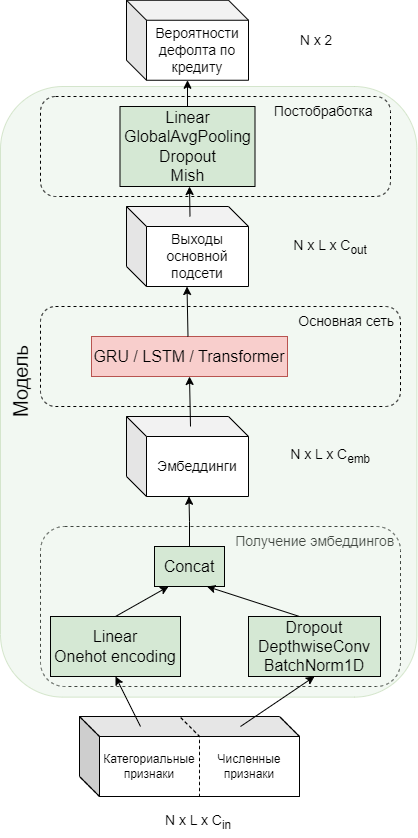
Above: diplom_graphs/molde.png in DenDiv/draw_io_graphs (draw.io), before the change. Source tidied: cells renumbered, new cells last; positions are measured from the earlier drawing's top-left corner, leaving out a move shared by most shapes.
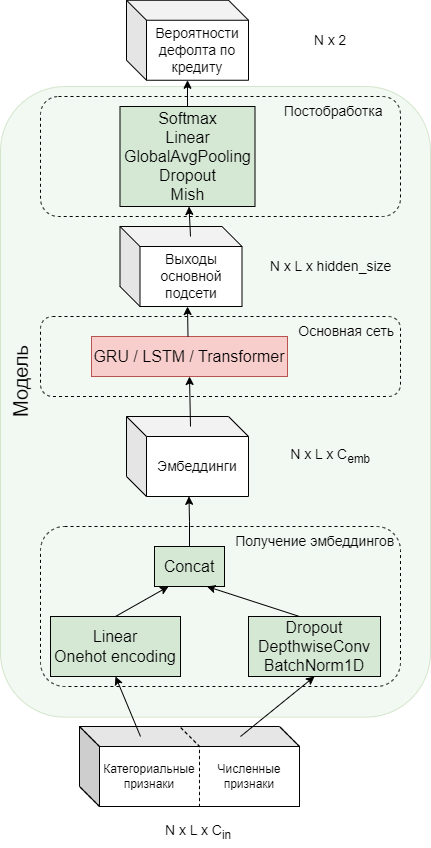
Above is the later version.

The edit, as a diff of the source:
```diff
@@ -2,26 +2,29 @@
   <root>
     <mxCell id="0" />
     <mxCell id="1" parent="0" />
+    <mxCell id="6" style="rounded=1;whiteSpace=wrap;html=1;shadow=0;sketch=0;fillStyle=auto;fontSize=16;fillColor=#d5e8d4;strokeColor=#82b366;glass=0;opacity=30;verticalAlign=top;fontStyle=1;direction=east;" parent="1" vertex="1">
+      <mxGeometry x="10" y="86" width="430" height="630.7" as="geometry" />
+    </mxCell>
+    <mxCell id="29" value="Постобработка&amp;nbsp; &amp;nbsp;&amp;nbsp;" style="rounded=1;whiteSpace=wrap;html=1;perimeterSpacing=0;fillColor=none;dashed=1;verticalAlign=top;align=right;fontSize=14;sketch=0;" parent="1" vertex="1">
+      <mxGeometry x="50" y="96" width="360" height="120" as="geometry" />
+    </mxCell>
     <mxCell id="2" value="Получение эмбеддингов&amp;nbsp;" style="rounded=1;whiteSpace=wrap;html=1;perimeterSpacing=0;fillColor=none;dashed=1;verticalAlign=top;align=right;fontSize=14;sketch=0;" parent="1" vertex="1">
       <mxGeometry x="50" y="526" width="360" height="160" as="geometry" />
     </mxCell>
     <mxCell id="3" value="Численные&lt;br&gt;признаки" style="shape=cube;whiteSpace=wrap;html=1;boundedLbl=1;backgroundOutline=1;darkOpacity=0.05;darkOpacity2=0.1;dashed=1;" parent="1" vertex="1">
-      <mxGeometry x="189" y="716" width="120" height="80" as="geometry" />
+      <mxGeometry x="189" y="726" width="120" height="80" as="geometry" />
     </mxCell>
     <mxCell id="4" value="Категориальные&lt;br style=&quot;font-size: 12px;&quot;&gt;признаки" style="shape=cube;whiteSpace=wrap;html=1;boundedLbl=1;backgroundOutline=1;darkOpacity=0.05;darkOpacity2=0.1;dashed=1;perimeterSpacing=0;sketch=0;shadow=0;gradientColor=none;fillStyle=auto;fontSize=12;" parent="1" vertex="1">
-      <mxGeometry x="89" y="716" width="120" height="80" as="geometry" />
+      <mxGeometry x="89" y="726" width="120" height="80" as="geometry" />
     </mxCell>
     <mxCell id="5" style="shape=cube;whiteSpace=wrap;html=1;boundedLbl=1;backgroundOutline=1;darkOpacity=0.05;darkOpacity2=0.1;fontSize=14;fillColor=none;" parent="1" vertex="1">
-      <mxGeometry x="89" y="716" width="220" height="80" as="geometry" />
+      <mxGeometry x="89" y="726" width="220" height="80" as="geometry" />
     </mxCell>
-    <mxCell id="6" style="rounded=1;whiteSpace=wrap;html=1;shadow=0;sketch=0;fillStyle=auto;fontSize=16;fillColor=#d5e8d4;strokeColor=#82b366;glass=0;opacity=30;verticalAlign=top;fontStyle=1;direction=east;" parent="1" vertex="1">
-      <mxGeometry x="10" y="86" width="416.4" height="610.7" as="geometry" />
-    </mxCell>
     <mxCell id="7" value="Эмбеддинги" style="shape=cube;whiteSpace=wrap;html=1;boundedLbl=1;backgroundOutline=1;darkOpacity=0.05;darkOpacity2=0.1;fontSize=14;fillColor=default;" parent="1" vertex="1">
       <mxGeometry x="136" y="416" width="122" height="80" as="geometry" />
     </mxCell>
     <mxCell id="8" value="N x L x C&lt;sub&gt;in&lt;/sub&gt;&lt;font size=&quot;1&quot;&gt;&lt;sub&gt;&lt;br&gt;&lt;/sub&gt;&lt;/font&gt;" style="text;html=1;strokeColor=none;fillColor=none;align=center;verticalAlign=middle;whiteSpace=wrap;rounded=0;fontSize=14;" parent="1" vertex="1">
-      <mxGeometry x="158" y="806" width="100" height="30" as="geometry" />
+      <mxGeometry x="158" y="816" width="100" height="30" as="geometry" />
     </mxCell>
     <mxCell id="9" value="Linear&lt;br&gt;Onehot encoding" style="rounded=0;whiteSpace=wrap;html=1;shadow=0;glass=0;sketch=0;fillStyle=auto;fontSize=16;fillColor=#D5E8D4;gradientColor=none;" parent="1" vertex="1">
       <mxGeometry x="60" y="616" width="130" height="60" as="geometry" />
@@ -37,12 +40,12 @@
     </mxCell>
     <mxCell id="13" style="endArrow=classic;html=1;rounded=0;fontSize=16;entryX=0.5;entryY=1;entryDx=0;entryDy=0;strokeColor=#000000;startArrow=none;startFill=0;endFill=1;" parent="1" edge="1" target="9">
       <mxGeometry relative="1" as="geometry">
-        <mxPoint x="150" y="726" as="sourcePoint" />
+        <mxPoint x="150" y="736" as="sourcePoint" />
       </mxGeometry>
     </mxCell>
     <mxCell id="14" style="endArrow=classic;html=1;rounded=0;fontSize=16;entryX=0.5;entryY=1;entryDx=0;entryDy=0;strokeColor=#000000;startArrow=none;startFill=0;endFill=1;" parent="1" edge="1" target="10">
       <mxGeometry relative="1" as="geometry">
-        <mxPoint x="250" y="726" as="sourcePoint" />
+        <mxPoint x="250" y="736" as="sourcePoint" />
       </mxGeometry>
     </mxCell>
     <mxCell id="15" style="endArrow=classic;html=1;rounded=0;fontSize=16;entryX=0.5;entryY=1;entryDx=0;entryDy=0;strokeColor=#000000;startArrow=none;startFill=0;endFill=1;exitX=0.5;exitY=0;exitDx=0;exitDy=0;" parent="1" edge="1" source="9">
@@ -67,43 +70,40 @@
       </mxGeometry>
     </mxCell>
     <mxCell id="20" value="Выходы основной подсети" style="shape=cube;whiteSpace=wrap;html=1;boundedLbl=1;backgroundOutline=1;darkOpacity=0.05;darkOpacity2=0.1;fontSize=14;fillColor=default;" parent="1" vertex="1">
-      <mxGeometry x="136" y="206" width="122" height="80" as="geometry" />
+      <mxGeometry x="129.5" y="226" width="122" height="80" as="geometry" />
     </mxCell>
-    <mxCell id="21" style="endArrow=classic;html=1;rounded=0;fontSize=16;entryX=0.5;entryY=1;entryDx=0;entryDy=0;strokeColor=#000000;startArrow=none;startFill=0;endFill=1;" parent="1" edge="1">
+    <mxCell id="21" style="endArrow=classic;html=1;rounded=0;fontSize=16;strokeColor=#000000;startArrow=none;startFill=0;endFill=1;" parent="1" edge="1">
       <mxGeometry relative="1" as="geometry">
         <mxPoint x="197.5" y="336" as="sourcePoint" />
-        <mxPoint x="196.5" y="286" as="targetPoint" />
+        <mxPoint x="197" y="306" as="targetPoint" />
       </mxGeometry>
     </mxCell>
-    <mxCell id="22" value="N x L x C&lt;sub&gt;out&lt;/sub&gt;" style="text;html=1;strokeColor=none;fillColor=none;align=center;verticalAlign=middle;whiteSpace=wrap;rounded=0;fontSize=14;" parent="1" vertex="1">
-      <mxGeometry x="279" y="229.8" width="122" height="32.5" as="geometry" />
+    <mxCell id="22" value="N x L x hidden_size" style="text;html=1;strokeColor=none;fillColor=none;align=center;verticalAlign=middle;whiteSpace=wrap;rounded=0;fontSize=14;" parent="1" vertex="1">
+      <mxGeometry x="274.5" y="249.8" width="131" height="32.5" as="geometry" />
     </mxCell>
     <mxCell id="23" style="edgeStyle=orthogonalEdgeStyle;rounded=0;jettySize=auto;html=1;exitX=0.5;exitY=0;exitDx=0;exitDy=0;strokeColor=#000000;fontSize=12;fontColor=none;startArrow=none;startFill=0;endArrow=classic;endFill=1;" parent="1" edge="1" source="24" target="26">
       <mxGeometry relative="1" as="geometry" />
     </mxCell>
-    <mxCell id="24" value="Linear&lt;br&gt;GlobalAvgPooling&lt;br&gt;Dropout&lt;br&gt;Mish" style="rounded=0;whiteSpace=wrap;html=1;shadow=0;glass=0;sketch=0;fillStyle=auto;fontSize=16;fillColor=#D5E8D4;gradientColor=none;" parent="1" vertex="1">
-      <mxGeometry x="129.5" y="106" width="135" height="80" as="geometry" />
+    <mxCell id="24" value="Softmax&lt;br&gt;Linear&lt;br&gt;GlobalAvgPooling&lt;br&gt;Dropout&lt;br&gt;Mish" style="rounded=0;whiteSpace=wrap;html=1;shadow=0;glass=0;sketch=0;fillStyle=auto;fontSize=16;fillColor=#D5E8D4;gradientColor=none;" parent="1" vertex="1">
+      <mxGeometry x="129.5" y="106" width="135" height="100" as="geometry" />
     </mxCell>
     <mxCell id="25" style="endArrow=classic;html=1;rounded=0;fontSize=16;strokeColor=#000000;startArrow=none;startFill=0;endFill=1;" parent="1" edge="1">
       <mxGeometry relative="1" as="geometry">
-        <mxPoint x="199.5" y="216" as="sourcePoint" />
-        <mxPoint x="199" y="186" as="targetPoint" />
+        <mxPoint x="200" y="236" as="sourcePoint" />
+        <mxPoint x="198.5" y="206" as="targetPoint" />
       </mxGeometry>
     </mxCell>
     <mxCell id="26" value="Вероятности дефолта по кредиту" style="shape=cube;whiteSpace=wrap;html=1;boundedLbl=1;backgroundOutline=1;darkOpacity=0.05;darkOpacity2=0.1;fontSize=14;fillColor=default;" parent="1" vertex="1">
       <mxGeometry x="136" y="-0.2" width="122" height="80" as="geometry" />
     </mxCell>
     <mxCell id="27" value="N x 2" style="text;html=1;strokeColor=none;fillColor=none;align=center;verticalAlign=middle;whiteSpace=wrap;rounded=0;fontSize=14;" parent="1" vertex="1">
-      <mxGeometry x="264.5" y="23.5" width="122" height="32.5" as="geometry" />
+      <mxGeometry x="279" y="23.5" width="122" height="32.5" as="geometry" />
     </mxCell>
     <mxCell id="28" value="Модель" style="text;html=1;strokeColor=none;fillColor=none;align=center;verticalAlign=middle;whiteSpace=wrap;rounded=0;shadow=0;glass=0;sketch=0;fillStyle=auto;fontSize=20;fontColor=none;opacity=10;rotation=-90;" parent="1" vertex="1">
       <mxGeometry y="366" width="60" height="30" as="geometry" />
     </mxCell>
-    <mxCell id="29" value="Постобработка&amp;nbsp; &amp;nbsp;&amp;nbsp;" style="rounded=1;whiteSpace=wrap;html=1;perimeterSpacing=0;fillColor=none;dashed=1;verticalAlign=top;align=right;fontSize=14;sketch=0;" parent="1" vertex="1">
-      <mxGeometry x="50" y="96" width="350" height="100" as="geometry" />
-    </mxCell>
     <mxCell id="30" value="Основная сеть&amp;nbsp;" style="rounded=1;whiteSpace=wrap;html=1;perimeterSpacing=0;fillColor=none;dashed=1;verticalAlign=top;align=right;fontSize=14;sketch=0;" parent="1" vertex="1">
-      <mxGeometry x="50" y="306" width="360" height="100" as="geometry" />
+      <mxGeometry x="50" y="316" width="360" height="80" as="geometry" />
     </mxCell>
   </root>
 </mxGraphModel>
```
